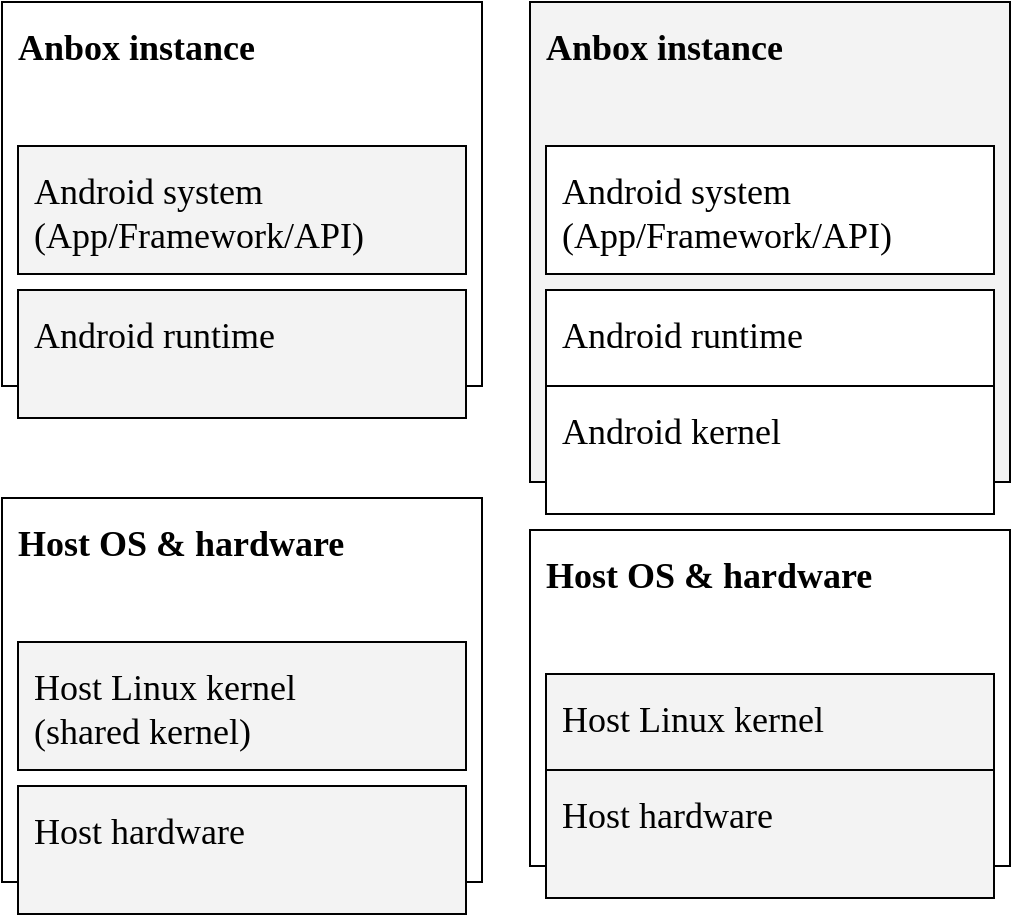
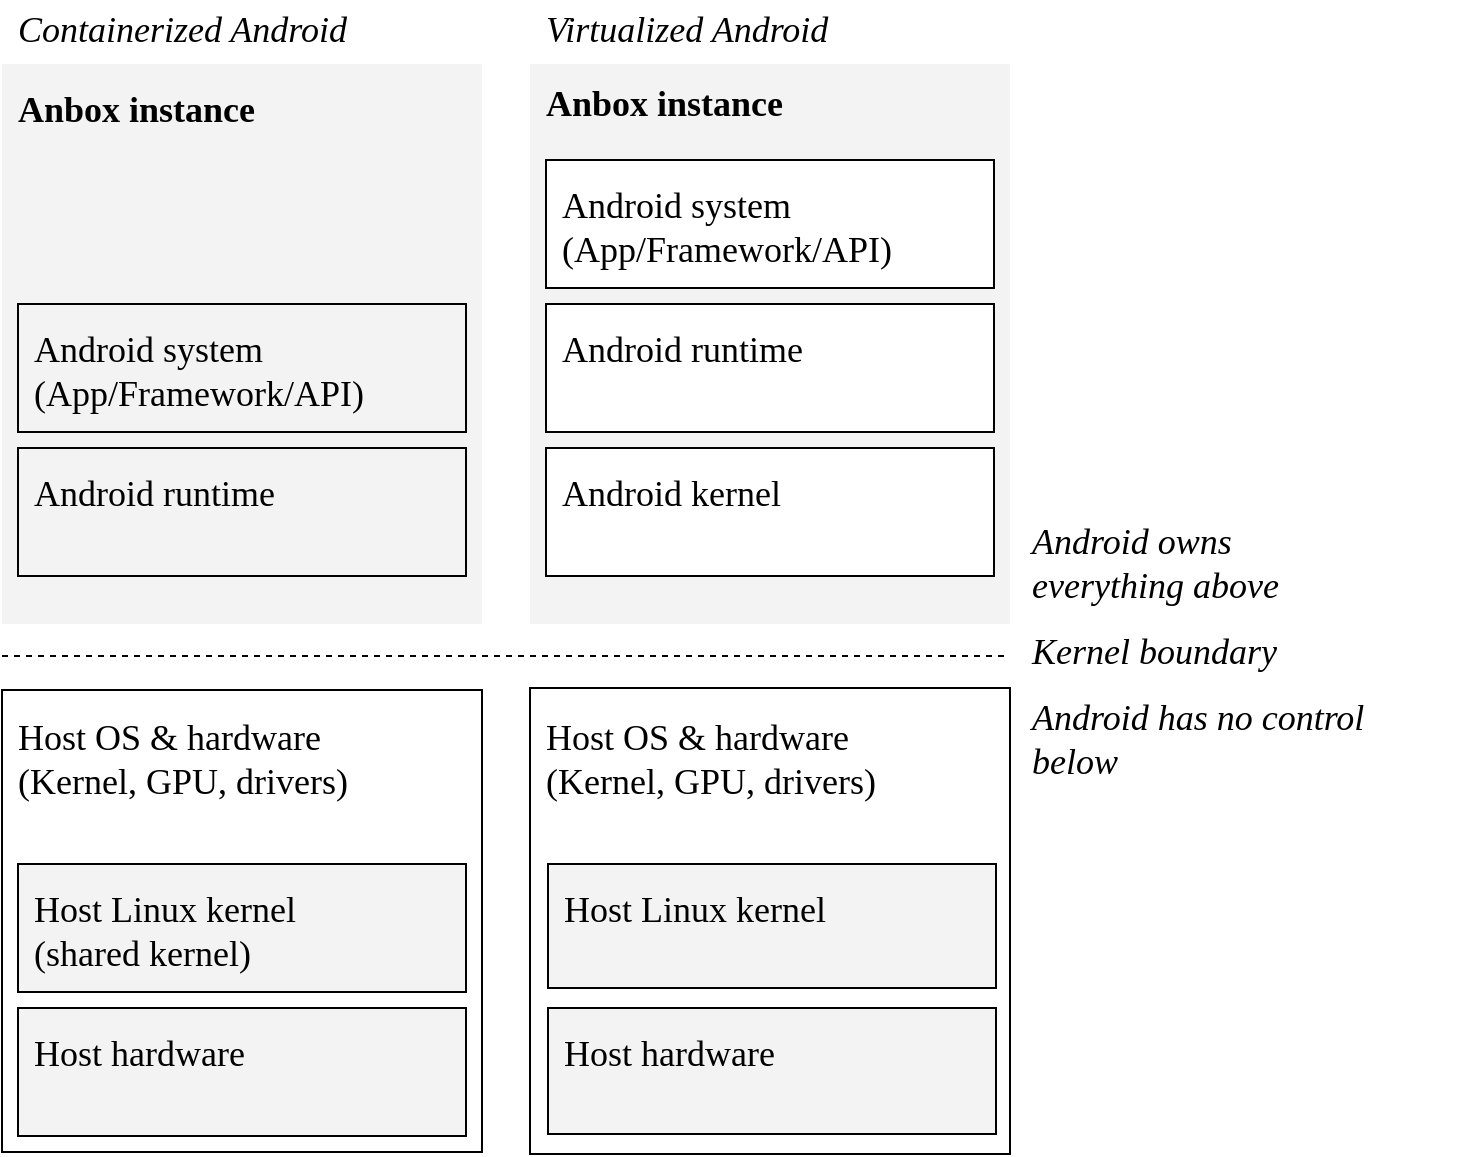
- <mxfile host="app.diagrams.net" agent="diagram-generator" version="29.3.7">
+ <mxfile host="app.diagrams.net" agent="diagram-generator">
  <diagram name="Android container vs VM architecture" id="declarative">
-     <mxGraphModel grid="1" gridSize="8" guides="1" tooltips="1" connect="1" arrows="1" fold="1" page="1" pageScale="1" pageWidth="816" pageHeight="576" background="light-dark(#ffffff, #ffffff)" adaptiveColors="none" math="0" shadow="0">
+     <mxGraphModel dx="772" dy="1136" grid="0" gridSize="8" guides="1" tooltips="1" connect="1" arrows="1" fold="1" page="1" pageScale="1" pageWidth="816" pageHeight="576" background="light-dark(#ffffff, #ffffff)" math="0" shadow="0" adaptiveColors="none">
      <root>
        <mxCell id="0" />
        <mxCell id="1" parent="0" />
-         <mxCell id="2" parent="1" style="rounded=0;whiteSpace=wrap;html=1;shadow=0;fillColor=#F3F3F3;strokeColor=#000000;strokeWidth=1;" value="" vertex="1" data-dg-source="diagram-generator" data-dg-role="box" tags="dg-generated dg-role-box dg-token-box-accent" data-dg-style-tokens="box-accent" connectable="1">
-           <mxGeometry x="288" y="112" width="240" height="240" as="geometry" />
+         <mxCell id="2" data-dg-role="box" data-dg-source="diagram-generator" data-dg-style-tokens="box-accent" parent="1" style="rounded=0;whiteSpace=wrap;html=1;shadow=0;fillColor=#F3F3F3;strokeColor=none;strokeWidth=1;fontFamily=Ubuntu Sans;fontSize=18;container=0;" tags="dg-generated dg-role-box dg-token-box-accent" value="" vertex="1">
+           <mxGeometry height="280" width="240" x="288" y="32" as="geometry" />
        </mxCell>
-         <mxCell id="3" parent="2" style="rounded=0;whiteSpace=wrap;html=1;align=left;verticalAlign=top;spacing=0;spacingTop=0;spacingBottom=0;spacingLeft=0;spacingRight=0;fillColor=none;strokeColor=none;strokeWidth=0;shadow=0;fontFamily=Ubuntu Sans;fontSize=18;fontColor=#000000;fontSource=https%3A%2F%2Ffonts.googleapis.com%2Fcss%3Ffamily%3DUbuntu%2BSans;" value="&lt;span style=&quot;font-size:18px&quot;&gt;&lt;b&gt;Anbox instance&lt;/b&gt;&lt;/span&gt;" vertex="1" data-dg-source="diagram-generator" data-dg-role="label" tags="dg-generated dg-role-label dg-token-label-box" data-dg-style-tokens="label-box" connectable="0">
-           <mxGeometry x="8" y="8" width="224" height="224" as="geometry" />
+         <mxCell id="4" data-dg-role="box" data-dg-source="diagram-generator" data-dg-style-tokens="box-default" parent="1" style="rounded=0;whiteSpace=wrap;html=1;shadow=0;fillColor=#F3F3F3;strokeColor=none;strokeWidth=1;fontFamily=Ubuntu Sans;fontSize=18;container=0;" tags="dg-generated dg-role-box dg-token-box-default" value="" vertex="1">
+           <mxGeometry height="280" width="240" x="24" y="32" as="geometry" />
        </mxCell>
-         <mxCell id="4" parent="1" style="rounded=0;whiteSpace=wrap;html=1;shadow=0;fillColor=#FFFFFF;strokeColor=#000000;strokeWidth=1;" value="" vertex="1" data-dg-source="diagram-generator" data-dg-role="box" tags="dg-generated dg-role-box dg-token-box-default" data-dg-style-tokens="box-default" connectable="1">
-           <mxGeometry x="24" y="112" width="240" height="192" as="geometry" />
+         <mxCell id="6" data-dg-role="box" data-dg-source="diagram-generator" data-dg-style-tokens="box-default" parent="1" style="rounded=0;whiteSpace=wrap;html=1;shadow=0;fillColor=#FFFFFF;strokeColor=#000000;strokeWidth=1;fontFamily=Ubuntu Sans;fontSize=18;container=0;" tags="dg-generated dg-role-box dg-token-box-default" value="" vertex="1">
+           <mxGeometry height="231" width="240" x="24" y="345" as="geometry" />
        </mxCell>
-         <mxCell id="5" parent="4" style="rounded=0;whiteSpace=wrap;html=1;align=left;verticalAlign=top;spacing=0;spacingTop=0;spacingBottom=0;spacingLeft=0;spacingRight=0;fillColor=none;strokeColor=none;strokeWidth=0;shadow=0;fontFamily=Ubuntu Sans;fontSize=18;fontColor=#000000;fontSource=https%3A%2F%2Ffonts.googleapis.com%2Fcss%3Ffamily%3DUbuntu%2BSans;" value="&lt;span style=&quot;font-size:18px&quot;&gt;&lt;b&gt;Anbox instance&lt;/b&gt;&lt;/span&gt;" vertex="1" data-dg-source="diagram-generator" data-dg-role="label" tags="dg-generated dg-role-label dg-token-label-box" data-dg-style-tokens="label-box" connectable="0">
-           <mxGeometry x="8" y="8" width="224" height="176" as="geometry" />
+         <mxCell id="8" data-dg-role="box" data-dg-source="diagram-generator" data-dg-style-tokens="box-default" parent="1" style="rounded=0;whiteSpace=wrap;html=1;shadow=0;fillColor=#FFFFFF;strokeColor=#000000;strokeWidth=1;fontFamily=Ubuntu Sans;fontSize=18;fontStyle=0;container=0;" tags="dg-generated dg-role-box dg-token-box-default" value="" vertex="1">
+           <mxGeometry height="233" width="240" x="288" y="344" as="geometry" />
        </mxCell>
-         <mxCell id="6" parent="1" style="rounded=0;whiteSpace=wrap;html=1;shadow=0;fillColor=#FFFFFF;strokeColor=#000000;strokeWidth=1;" value="" vertex="1" data-dg-source="diagram-generator" data-dg-role="box" tags="dg-generated dg-role-box dg-token-box-default" data-dg-style-tokens="box-default" connectable="1">
-           <mxGeometry x="24" y="360" width="240" height="192" as="geometry" />
+         <mxCell id="3" connectable="0" data-dg-role="label" data-dg-source="diagram-generator" data-dg-style-tokens="label-box" parent="1" style="rounded=0;whiteSpace=wrap;html=1;align=left;verticalAlign=top;spacing=0;spacingTop=0;spacingBottom=0;spacingLeft=0;spacingRight=0;fillColor=none;strokeColor=none;strokeWidth=0;shadow=0;fontFamily=Ubuntu Sans;fontSize=18;fontColor=#000000;" tags="dg-generated dg-role-label dg-token-label-box" value="&lt;span&gt;&lt;b&gt;Anbox instance&lt;/b&gt;&lt;/span&gt;" vertex="1">
+           <mxGeometry height="147" width="224" x="296" y="37" as="geometry" />
        </mxCell>
-         <mxCell id="7" parent="6" style="rounded=0;whiteSpace=wrap;html=1;align=left;verticalAlign=top;spacing=0;spacingTop=0;spacingBottom=0;spacingLeft=0;spacingRight=0;fillColor=none;strokeColor=none;strokeWidth=0;shadow=0;fontFamily=Ubuntu Sans;fontSize=18;fontColor=#000000;fontSource=https%3A%2F%2Ffonts.googleapis.com%2Fcss%3Ffamily%3DUbuntu%2BSans;" value="&lt;span style=&quot;font-size:18px&quot;&gt;&lt;b&gt;Host OS &amp;amp; hardware&lt;/b&gt;&lt;/span&gt;" vertex="1" data-dg-source="diagram-generator" data-dg-role="label" tags="dg-generated dg-role-label dg-token-label-box" data-dg-style-tokens="label-box" connectable="0">
-           <mxGeometry x="8" y="8" width="224" height="176" as="geometry" />
+         <mxCell id="14" data-dg-role="box" data-dg-source="diagram-generator" data-dg-style-tokens="box-default" parent="1" style="rounded=0;whiteSpace=wrap;html=1;shadow=0;fillColor=#FFFFFF;strokeColor=#000000;strokeWidth=1;fontFamily=Ubuntu Sans;fontSize=18;" tags="dg-generated dg-role-box dg-token-box-default" value="" vertex="1">
+           <mxGeometry height="64" width="224" x="296" y="80" as="geometry" />
        </mxCell>
-         <mxCell id="8" parent="1" style="rounded=0;whiteSpace=wrap;html=1;shadow=0;fillColor=#FFFFFF;strokeColor=#000000;strokeWidth=1;" value="" vertex="1" data-dg-source="diagram-generator" data-dg-role="box" tags="dg-generated dg-role-box dg-token-box-default" data-dg-style-tokens="box-default" connectable="1">
-           <mxGeometry x="288" y="376" width="240" height="168" as="geometry" />
+         <mxCell id="15" connectable="0" data-dg-role="label" data-dg-source="diagram-generator" data-dg-style-tokens="label-box" parent="14" style="rounded=0;whiteSpace=wrap;html=1;align=left;verticalAlign=top;spacing=0;spacingTop=0;spacingBottom=0;spacingLeft=0;spacingRight=0;fillColor=none;strokeColor=none;strokeWidth=0;shadow=0;fontFamily=Ubuntu Sans;fontSize=18;fontColor=#000000;" tags="dg-generated dg-role-label dg-token-label-box" value="&lt;span&gt;Android system&lt;/span&gt;&lt;br&gt;&lt;span&gt;(App/Framework/API)&lt;/span&gt;" vertex="1">
+           <mxGeometry height="48" width="208" x="8" y="8" as="geometry" />
        </mxCell>
-         <mxCell id="9" parent="8" style="rounded=0;whiteSpace=wrap;html=1;align=left;verticalAlign=top;spacing=0;spacingTop=0;spacingBottom=0;spacingLeft=0;spacingRight=0;fillColor=none;strokeColor=none;strokeWidth=0;shadow=0;fontFamily=Ubuntu Sans;fontSize=18;fontColor=#000000;fontSource=https%3A%2F%2Ffonts.googleapis.com%2Fcss%3Ffamily%3DUbuntu%2BSans;" value="&lt;span style=&quot;font-size:18px&quot;&gt;&lt;b&gt;Host OS &amp;amp; hardware&lt;/b&gt;&lt;/span&gt;" vertex="1" data-dg-source="diagram-generator" data-dg-role="label" tags="dg-generated dg-role-label dg-token-label-box" data-dg-style-tokens="label-box" connectable="0">
-           <mxGeometry x="8" y="8" width="224" height="152" as="geometry" />
+         <mxCell id="20" data-dg-role="box" data-dg-source="diagram-generator" data-dg-style-tokens="box-default" parent="1" style="rounded=0;whiteSpace=wrap;html=1;shadow=0;fillColor=#FFFFFF;strokeColor=#000000;strokeWidth=1;fontFamily=Ubuntu Sans;fontSize=18;" tags="dg-generated dg-role-box dg-token-box-default" value="" vertex="1">
+           <mxGeometry height="64" width="224" x="296" y="152" as="geometry" />
        </mxCell>
-         <mxCell id="10" parent="4" style="rounded=0;whiteSpace=wrap;html=1;shadow=0;fillColor=#F3F3F3;strokeColor=#000000;strokeWidth=1;" value="" vertex="1" data-dg-source="diagram-generator" data-dg-role="box" tags="dg-generated dg-role-box dg-token-box-accent" data-dg-style-tokens="box-accent" connectable="1">
-           <mxGeometry x="8" y="72" width="224" height="64" as="geometry" />
+         <mxCell id="21" connectable="0" data-dg-role="label" data-dg-source="diagram-generator" data-dg-style-tokens="label-box" parent="20" style="rounded=0;whiteSpace=wrap;html=1;align=left;verticalAlign=top;spacing=0;spacingTop=0;spacingBottom=0;spacingLeft=0;spacingRight=0;fillColor=none;strokeColor=none;strokeWidth=0;shadow=0;fontFamily=Ubuntu Sans;fontSize=18;fontColor=#000000;" tags="dg-generated dg-role-label dg-token-label-box" value="&lt;span&gt;Android runtime&lt;/span&gt;" vertex="1">
+           <mxGeometry height="48" width="208" x="8" y="8" as="geometry" />
        </mxCell>
-         <mxCell id="11" parent="10" style="rounded=0;whiteSpace=wrap;html=1;align=left;verticalAlign=top;spacing=0;spacingTop=0;spacingBottom=0;spacingLeft=0;spacingRight=0;fillColor=none;strokeColor=none;strokeWidth=0;shadow=0;fontFamily=Ubuntu Sans;fontSize=18;fontColor=#000000;fontSource=https%3A%2F%2Ffonts.googleapis.com%2Fcss%3Ffamily%3DUbuntu%2BSans;" value="&lt;span style=&quot;font-size:18px&quot;&gt;Android system&lt;/span&gt;&lt;br&gt;&lt;span style=&quot;font-size:18px&quot;&gt;(App/Framework/API)&lt;/span&gt;" vertex="1" data-dg-source="diagram-generator" data-dg-role="label" tags="dg-generated dg-role-label dg-token-label-box" data-dg-style-tokens="label-box" connectable="0">
-           <mxGeometry x="8" y="8" width="208" height="48" as="geometry" />
+         <mxCell id="22" data-dg-role="box" data-dg-source="diagram-generator" data-dg-style-tokens="box-default" parent="1" style="rounded=0;whiteSpace=wrap;html=1;shadow=0;fillColor=#FFFFFF;strokeColor=#000000;strokeWidth=1;fontFamily=Ubuntu Sans;fontSize=18;" tags="dg-generated dg-role-box dg-token-box-default" value="" vertex="1">
+           <mxGeometry height="64" width="224" x="296" y="224" as="geometry" />
        </mxCell>
-         <mxCell id="12" parent="6" style="rounded=0;whiteSpace=wrap;html=1;shadow=0;fillColor=#F3F3F3;strokeColor=#000000;strokeWidth=1;" value="" vertex="1" data-dg-source="diagram-generator" data-dg-role="box" tags="dg-generated dg-role-box dg-token-box-accent" data-dg-style-tokens="box-accent" connectable="1">
-           <mxGeometry x="8" y="72" width="224" height="64" as="geometry" />
+         <mxCell id="23" connectable="0" data-dg-role="label" data-dg-source="diagram-generator" data-dg-style-tokens="label-box" parent="22" style="rounded=0;whiteSpace=wrap;html=1;align=left;verticalAlign=top;spacing=0;spacingTop=0;spacingBottom=0;spacingLeft=0;spacingRight=0;fillColor=none;strokeColor=none;strokeWidth=0;shadow=0;fontFamily=Ubuntu Sans;fontSize=18;fontColor=#000000;" tags="dg-generated dg-role-label dg-token-label-box" value="&lt;span&gt;Android kernel&lt;/span&gt;" vertex="1">
+           <mxGeometry height="48" width="208" x="8" y="8" as="geometry" />
        </mxCell>
-         <mxCell id="13" parent="12" style="rounded=0;whiteSpace=wrap;html=1;align=left;verticalAlign=top;spacing=0;spacingTop=0;spacingBottom=0;spacingLeft=0;spacingRight=0;fillColor=none;strokeColor=none;strokeWidth=0;shadow=0;fontFamily=Ubuntu Sans;fontSize=18;fontColor=#000000;fontSource=https%3A%2F%2Ffonts.googleapis.com%2Fcss%3Ffamily%3DUbuntu%2BSans;" value="&lt;span style=&quot;font-size:18px&quot;&gt;Host Linux kernel&lt;/span&gt;&lt;br&gt;&lt;span style=&quot;font-size:18px&quot;&gt;(shared kernel)&lt;/span&gt;" vertex="1" data-dg-source="diagram-generator" data-dg-role="label" tags="dg-generated dg-role-label dg-token-label-box" data-dg-style-tokens="label-box" connectable="0">
-           <mxGeometry x="8" y="8" width="208" height="48" as="geometry" />
+         <mxCell id="5" connectable="0" data-dg-role="label" data-dg-source="diagram-generator" data-dg-style-tokens="label-box" parent="1" style="rounded=0;whiteSpace=wrap;html=1;align=left;verticalAlign=top;spacing=0;spacingTop=0;spacingBottom=0;spacingLeft=0;spacingRight=0;fillColor=none;strokeColor=none;strokeWidth=0;shadow=0;fontFamily=Ubuntu Sans;fontSize=18;fontColor=#000000;" tags="dg-generated dg-role-label dg-token-label-box" value="&lt;span&gt;&lt;b&gt;Anbox instance&lt;/b&gt;&lt;/span&gt;" vertex="1">
+           <mxGeometry height="176" width="224" x="32" y="40" as="geometry" />
        </mxCell>
-         <mxCell id="14" parent="2" style="rounded=0;whiteSpace=wrap;html=1;shadow=0;fillColor=#FFFFFF;strokeColor=#000000;strokeWidth=1;" value="" vertex="1" data-dg-source="diagram-generator" data-dg-role="box" tags="dg-generated dg-role-box dg-token-box-default" data-dg-style-tokens="box-default" connectable="1">
-           <mxGeometry x="8" y="72" width="224" height="64" as="geometry" />
+         <mxCell id="10" data-dg-role="box" data-dg-source="diagram-generator" data-dg-style-tokens="box-accent" parent="1" style="rounded=0;whiteSpace=wrap;html=1;shadow=0;fillColor=#F3F3F3;strokeColor=#000000;strokeWidth=1;fontFamily=Ubuntu Sans;fontSize=18;" tags="dg-generated dg-role-box dg-token-box-accent" value="" vertex="1">
+           <mxGeometry height="64" width="224" x="32" y="152" as="geometry" />
        </mxCell>
-         <mxCell id="15" parent="14" style="rounded=0;whiteSpace=wrap;html=1;align=left;verticalAlign=top;spacing=0;spacingTop=0;spacingBottom=0;spacingLeft=0;spacingRight=0;fillColor=none;strokeColor=none;strokeWidth=0;shadow=0;fontFamily=Ubuntu Sans;fontSize=18;fontColor=#000000;fontSource=https%3A%2F%2Ffonts.googleapis.com%2Fcss%3Ffamily%3DUbuntu%2BSans;" value="&lt;span style=&quot;font-size:18px&quot;&gt;Android system&lt;/span&gt;&lt;br&gt;&lt;span style=&quot;font-size:18px&quot;&gt;(App/Framework/API)&lt;/span&gt;" vertex="1" data-dg-source="diagram-generator" data-dg-role="label" tags="dg-generated dg-role-label dg-token-label-box" data-dg-style-tokens="label-box" connectable="0">
-           <mxGeometry x="8" y="8" width="208" height="48" as="geometry" />
+         <mxCell id="11" connectable="0" data-dg-role="label" data-dg-source="diagram-generator" data-dg-style-tokens="label-box" parent="10" style="rounded=0;whiteSpace=wrap;html=1;align=left;verticalAlign=top;spacing=0;spacingTop=0;spacingBottom=0;spacingLeft=0;spacingRight=0;fillColor=none;strokeColor=none;strokeWidth=0;shadow=0;fontFamily=Ubuntu Sans;fontSize=18;fontColor=#000000;" tags="dg-generated dg-role-label dg-token-label-box" value="&lt;span&gt;Android system&lt;/span&gt;&lt;br&gt;&lt;span&gt;(App/Framework/API)&lt;/span&gt;" vertex="1">
+           <mxGeometry height="48" width="208" x="8" y="8" as="geometry" />
        </mxCell>
-         <mxCell id="16" parent="4" style="rounded=0;whiteSpace=wrap;html=1;shadow=0;fillColor=#F3F3F3;strokeColor=#000000;strokeWidth=1;" value="" vertex="1" data-dg-source="diagram-generator" data-dg-role="box" tags="dg-generated dg-role-box dg-token-box-accent" data-dg-style-tokens="box-accent" connectable="1">
-           <mxGeometry x="8" y="144" width="224" height="64" as="geometry" />
+         <mxCell id="16" data-dg-role="box" data-dg-source="diagram-generator" data-dg-style-tokens="box-accent" parent="1" style="rounded=0;whiteSpace=wrap;html=1;shadow=0;fillColor=#F3F3F3;strokeColor=#000000;strokeWidth=1;fontFamily=Ubuntu Sans;fontSize=18;" tags="dg-generated dg-role-box dg-token-box-accent" value="" vertex="1">
+           <mxGeometry height="64" width="224" x="32" y="224" as="geometry" />
        </mxCell>
-         <mxCell id="17" parent="16" style="rounded=0;whiteSpace=wrap;html=1;align=left;verticalAlign=top;spacing=0;spacingTop=0;spacingBottom=0;spacingLeft=0;spacingRight=0;fillColor=none;strokeColor=none;strokeWidth=0;shadow=0;fontFamily=Ubuntu Sans;fontSize=18;fontColor=#000000;fontSource=https%3A%2F%2Ffonts.googleapis.com%2Fcss%3Ffamily%3DUbuntu%2BSans;" value="&lt;span style=&quot;font-size:18px&quot;&gt;Android runtime&lt;/span&gt;" vertex="1" data-dg-source="diagram-generator" data-dg-role="label" tags="dg-generated dg-role-label dg-token-label-box" data-dg-style-tokens="label-box" connectable="0">
-           <mxGeometry x="8" y="8" width="208" height="48" as="geometry" />
+         <mxCell id="17" connectable="0" data-dg-role="label" data-dg-source="diagram-generator" data-dg-style-tokens="label-box" parent="16" style="rounded=0;whiteSpace=wrap;html=1;align=left;verticalAlign=top;spacing=0;spacingTop=0;spacingBottom=0;spacingLeft=0;spacingRight=0;fillColor=none;strokeColor=none;strokeWidth=0;shadow=0;fontFamily=Ubuntu Sans;fontSize=18;fontColor=#000000;" tags="dg-generated dg-role-label dg-token-label-box" value="&lt;span&gt;Android runtime&lt;/span&gt;" vertex="1">
+           <mxGeometry height="48" width="208" x="8" y="8" as="geometry" />
        </mxCell>
-         <mxCell id="18" parent="6" style="rounded=0;whiteSpace=wrap;html=1;shadow=0;fillColor=#F3F3F3;strokeColor=#000000;strokeWidth=1;" value="" vertex="1" data-dg-source="diagram-generator" data-dg-role="box" tags="dg-generated dg-role-box dg-token-box-accent" data-dg-style-tokens="box-accent" connectable="1">
-           <mxGeometry x="8" y="144" width="224" height="64" as="geometry" />
+         <mxCell id="1ThX4Ha9B1rDxaNFd8FR-27" edge="1" parent="1" style="endArrow=none;dashed=1;html=1;rounded=0;fontSize=18;" value="">
+           <mxGeometry height="50" relative="1" width="50" as="geometry">
+             <mxPoint x="24" y="328" as="sourcePoint" />
+             <mxPoint x="528" y="328" as="targetPoint" />
+           </mxGeometry>
        </mxCell>
-         <mxCell id="19" parent="18" style="rounded=0;whiteSpace=wrap;html=1;align=left;verticalAlign=top;spacing=0;spacingTop=0;spacingBottom=0;spacingLeft=0;spacingRight=0;fillColor=none;strokeColor=none;strokeWidth=0;shadow=0;fontFamily=Ubuntu Sans;fontSize=18;fontColor=#000000;fontSource=https%3A%2F%2Ffonts.googleapis.com%2Fcss%3Ffamily%3DUbuntu%2BSans;" value="&lt;span style=&quot;font-size:18px&quot;&gt;Host hardware&lt;/span&gt;" vertex="1" data-dg-source="diagram-generator" data-dg-role="label" tags="dg-generated dg-role-label dg-token-label-box" data-dg-style-tokens="label-box" connectable="0">
-           <mxGeometry x="8" y="8" width="208" height="48" as="geometry" />
+         <mxCell id="1ThX4Ha9B1rDxaNFd8FR-28" connectable="0" data-dg-role="label" data-dg-source="diagram-generator" data-dg-style-tokens="label-box" parent="1" style="rounded=0;whiteSpace=wrap;html=1;align=left;verticalAlign=top;spacing=0;spacingTop=0;spacingBottom=0;spacingLeft=0;spacingRight=0;fillColor=none;strokeColor=none;strokeWidth=0;shadow=0;fontFamily=Ubuntu Sans;fontSize=18;fontColor=#000000;fontStyle=2" tags="dg-generated dg-role-label dg-token-label-box" value="&lt;span&gt;&lt;span&gt;Containerized Android&lt;/span&gt;&lt;/span&gt;" vertex="1">
+           <mxGeometry height="24" width="224" x="32" as="geometry" />
        </mxCell>
-         <mxCell id="20" parent="2" style="rounded=0;whiteSpace=wrap;html=1;shadow=0;fillColor=#FFFFFF;strokeColor=#000000;strokeWidth=1;" value="" vertex="1" data-dg-source="diagram-generator" data-dg-role="box" tags="dg-generated dg-role-box dg-token-box-default" data-dg-style-tokens="box-default" connectable="1">
-           <mxGeometry x="8" y="144" width="224" height="64" as="geometry" />
+         <mxCell id="1ThX4Ha9B1rDxaNFd8FR-29" connectable="0" data-dg-role="label" data-dg-source="diagram-generator" data-dg-style-tokens="label-box" parent="1" style="rounded=0;whiteSpace=wrap;html=1;align=left;verticalAlign=top;spacing=0;spacingTop=0;spacingBottom=0;spacingLeft=0;spacingRight=0;fillColor=none;strokeColor=none;strokeWidth=0;shadow=0;fontFamily=Ubuntu Sans;fontSize=18;fontColor=#000000;fontStyle=2" tags="dg-generated dg-role-label dg-token-label-box" value="&lt;span&gt;&lt;span&gt;Virtualized Android&lt;/span&gt;&lt;/span&gt;" vertex="1">
+           <mxGeometry height="24" width="224" x="296" as="geometry" />
        </mxCell>
-         <mxCell id="21" parent="20" style="rounded=0;whiteSpace=wrap;html=1;align=left;verticalAlign=top;spacing=0;spacingTop=0;spacingBottom=0;spacingLeft=0;spacingRight=0;fillColor=none;strokeColor=none;strokeWidth=0;shadow=0;fontFamily=Ubuntu Sans;fontSize=18;fontColor=#000000;fontSource=https%3A%2F%2Ffonts.googleapis.com%2Fcss%3Ffamily%3DUbuntu%2BSans;" value="&lt;span style=&quot;font-size:18px&quot;&gt;Android runtime&lt;/span&gt;" vertex="1" data-dg-source="diagram-generator" data-dg-role="label" tags="dg-generated dg-role-label dg-token-label-box" data-dg-style-tokens="label-box" connectable="0">
-           <mxGeometry x="8" y="8" width="208" height="48" as="geometry" />
+         <mxCell id="1ThX4Ha9B1rDxaNFd8FR-30" connectable="0" data-dg-role="label" data-dg-source="diagram-generator" data-dg-style-tokens="label-box" parent="1" style="rounded=0;whiteSpace=wrap;html=1;align=left;verticalAlign=top;spacing=0;spacingTop=0;spacingBottom=0;spacingLeft=0;spacingRight=0;fillColor=none;strokeColor=none;strokeWidth=0;shadow=0;fontFamily=Ubuntu Sans;fontSize=18;fontColor=#000000;fontStyle=2" tags="dg-generated dg-role-label dg-token-label-box" value="&lt;span&gt;&lt;span&gt;Android owns&lt;/span&gt;&lt;/span&gt;&lt;div&gt;&lt;span&gt;&lt;span&gt;everything above&lt;/span&gt;&lt;/span&gt;&lt;/div&gt;" vertex="1">
+           <mxGeometry height="56" width="224" x="539" y="256" as="geometry" />
        </mxCell>
-         <mxCell id="22" parent="2" style="rounded=0;whiteSpace=wrap;html=1;shadow=0;fillColor=#FFFFFF;strokeColor=#000000;strokeWidth=1;" value="" vertex="1" data-dg-source="diagram-generator" data-dg-role="box" tags="dg-generated dg-role-box dg-token-box-default" data-dg-style-tokens="box-default" connectable="1">
-           <mxGeometry x="8" y="192" width="224" height="64" as="geometry" />
+         <mxCell id="7" connectable="0" data-dg-role="label" data-dg-source="diagram-generator" data-dg-style-tokens="label-box" parent="1" style="rounded=0;whiteSpace=wrap;html=1;align=left;verticalAlign=top;spacing=0;spacingTop=0;spacingBottom=0;spacingLeft=0;spacingRight=0;fillColor=none;strokeColor=none;strokeWidth=0;shadow=0;fontFamily=Ubuntu Sans;fontSize=18;fontColor=#000000;fontStyle=0" tags="dg-generated dg-role-label dg-token-label-box" value="&lt;span&gt;&lt;span&gt;Host OS &amp;amp; hardware&lt;br&gt;(Kernel, GPU, drivers)&lt;/span&gt;&lt;/span&gt;" vertex="1">
+           <mxGeometry height="176" width="224" x="32" y="354" as="geometry" />
        </mxCell>
-         <mxCell id="23" parent="22" style="rounded=0;whiteSpace=wrap;html=1;align=left;verticalAlign=top;spacing=0;spacingTop=0;spacingBottom=0;spacingLeft=0;spacingRight=0;fillColor=none;strokeColor=none;strokeWidth=0;shadow=0;fontFamily=Ubuntu Sans;fontSize=18;fontColor=#000000;fontSource=https%3A%2F%2Ffonts.googleapis.com%2Fcss%3Ffamily%3DUbuntu%2BSans;" value="&lt;span style=&quot;font-size:18px&quot;&gt;Android kernel&lt;/span&gt;" vertex="1" data-dg-source="diagram-generator" data-dg-role="label" tags="dg-generated dg-role-label dg-token-label-box" data-dg-style-tokens="label-box" connectable="0">
-           <mxGeometry x="8" y="8" width="208" height="48" as="geometry" />
+         <mxCell id="12" data-dg-role="box" data-dg-source="diagram-generator" data-dg-style-tokens="box-accent" parent="1" style="rounded=0;whiteSpace=wrap;html=1;shadow=0;fillColor=#F3F3F3;strokeColor=#000000;strokeWidth=1;fontFamily=Ubuntu Sans;fontSize=18;" tags="dg-generated dg-role-box dg-token-box-accent" value="" vertex="1">
+           <mxGeometry height="64" width="224" x="32" y="432" as="geometry" />
        </mxCell>
-         <mxCell id="24" parent="8" style="rounded=0;whiteSpace=wrap;html=1;shadow=0;fillColor=#F3F3F3;strokeColor=#000000;strokeWidth=1;" value="" vertex="1" data-dg-source="diagram-generator" data-dg-role="box" tags="dg-generated dg-role-box dg-token-box-accent" data-dg-style-tokens="box-accent" connectable="1">
-           <mxGeometry x="8" y="72" width="224" height="64" as="geometry" />
+         <mxCell id="13" connectable="0" data-dg-role="label" data-dg-source="diagram-generator" data-dg-style-tokens="label-box" parent="12" style="rounded=0;whiteSpace=wrap;html=1;align=left;verticalAlign=top;spacing=0;spacingTop=0;spacingBottom=0;spacingLeft=0;spacingRight=0;fillColor=none;strokeColor=none;strokeWidth=0;shadow=0;fontFamily=Ubuntu Sans;fontSize=18;fontColor=#000000;" tags="dg-generated dg-role-label dg-token-label-box" value="&lt;span&gt;Host Linux kernel&lt;/span&gt;&lt;br&gt;&lt;span&gt;(shared kernel)&lt;/span&gt;" vertex="1">
+           <mxGeometry height="48" width="208" x="8" y="8" as="geometry" />
        </mxCell>
-         <mxCell id="25" parent="24" style="rounded=0;whiteSpace=wrap;html=1;align=left;verticalAlign=top;spacing=0;spacingTop=0;spacingBottom=0;spacingLeft=0;spacingRight=0;fillColor=none;strokeColor=none;strokeWidth=0;shadow=0;fontFamily=Ubuntu Sans;fontSize=18;fontColor=#000000;fontSource=https%3A%2F%2Ffonts.googleapis.com%2Fcss%3Ffamily%3DUbuntu%2BSans;" value="&lt;span style=&quot;font-size:18px&quot;&gt;Host Linux kernel&lt;/span&gt;" vertex="1" data-dg-source="diagram-generator" data-dg-role="label" tags="dg-generated dg-role-label dg-token-label-box" data-dg-style-tokens="label-box" connectable="0">
-           <mxGeometry x="8" y="8" width="208" height="48" as="geometry" />
+         <mxCell id="18" data-dg-role="box" data-dg-source="diagram-generator" data-dg-style-tokens="box-accent" parent="1" style="rounded=0;whiteSpace=wrap;html=1;shadow=0;fillColor=#F3F3F3;strokeColor=#000000;strokeWidth=1;fontFamily=Ubuntu Sans;fontSize=18;" tags="dg-generated dg-role-box dg-token-box-accent" value="" vertex="1">
+           <mxGeometry height="64" width="224" x="32" y="504" as="geometry" />
        </mxCell>
-         <mxCell id="26" parent="8" style="rounded=0;whiteSpace=wrap;html=1;shadow=0;fillColor=#F3F3F3;strokeColor=#000000;strokeWidth=1;" value="" vertex="1" data-dg-source="diagram-generator" data-dg-role="box" tags="dg-generated dg-role-box dg-token-box-accent" data-dg-style-tokens="box-accent" connectable="1">
-           <mxGeometry x="8" y="120" width="224" height="64" as="geometry" />
+         <mxCell id="19" connectable="0" data-dg-role="label" data-dg-source="diagram-generator" data-dg-style-tokens="label-box" parent="18" style="rounded=0;whiteSpace=wrap;html=1;align=left;verticalAlign=top;spacing=0;spacingTop=0;spacingBottom=0;spacingLeft=0;spacingRight=0;fillColor=none;strokeColor=none;strokeWidth=0;shadow=0;fontFamily=Ubuntu Sans;fontSize=18;fontColor=#000000;" tags="dg-generated dg-role-label dg-token-label-box" value="&lt;span&gt;Host hardware&lt;/span&gt;" vertex="1">
+           <mxGeometry height="48" width="208" x="8" y="8" as="geometry" />
        </mxCell>
-         <mxCell id="27" parent="26" style="rounded=0;whiteSpace=wrap;html=1;align=left;verticalAlign=top;spacing=0;spacingTop=0;spacingBottom=0;spacingLeft=0;spacingRight=0;fillColor=none;strokeColor=none;strokeWidth=0;shadow=0;fontFamily=Ubuntu Sans;fontSize=18;fontColor=#000000;fontSource=https%3A%2F%2Ffonts.googleapis.com%2Fcss%3Ffamily%3DUbuntu%2BSans;" value="&lt;span style=&quot;font-size:18px&quot;&gt;Host hardware&lt;/span&gt;" vertex="1" data-dg-source="diagram-generator" data-dg-role="label" tags="dg-generated dg-role-label dg-token-label-box" data-dg-style-tokens="label-box" connectable="0">
-           <mxGeometry x="8" y="8" width="208" height="48" as="geometry" />
+         <mxCell id="9" connectable="0" data-dg-role="label" data-dg-source="diagram-generator" data-dg-style-tokens="label-box" parent="1" style="rounded=0;whiteSpace=wrap;html=1;align=left;verticalAlign=top;spacing=0;spacingTop=0;spacingBottom=0;spacingLeft=0;spacingRight=0;fillColor=none;strokeColor=none;strokeWidth=0;shadow=0;fontFamily=Ubuntu Sans;fontSize=18;fontColor=#000000;" tags="dg-generated dg-role-label dg-token-label-box" value="Host OS &amp;amp; hardware&lt;br&gt;(Kernel, GPU, drivers)" vertex="1">
+           <mxGeometry height="180.95238095238096" width="224" x="296" y="353.5238095238095" as="geometry" />
+         </mxCell>
+         <mxCell id="24" data-dg-role="box" data-dg-source="diagram-generator" data-dg-style-tokens="box-accent" parent="1" style="rounded=0;whiteSpace=wrap;html=1;shadow=0;fillColor=#F3F3F3;strokeColor=#000000;strokeWidth=1;fontFamily=Ubuntu Sans;fontSize=18;" tags="dg-generated dg-role-box dg-token-box-accent" value="" vertex="1">
+           <mxGeometry height="62" width="224" x="297" y="432" as="geometry" />
+         </mxCell>
+         <mxCell id="25" connectable="0" data-dg-role="label" data-dg-source="diagram-generator" data-dg-style-tokens="label-box" parent="24" style="rounded=0;whiteSpace=wrap;html=1;align=left;verticalAlign=top;spacing=0;spacingTop=0;spacingBottom=0;spacingLeft=0;spacingRight=0;fillColor=none;strokeColor=none;strokeWidth=0;shadow=0;fontFamily=Ubuntu Sans;fontSize=18;fontColor=#000000;" tags="dg-generated dg-role-label dg-token-label-box" value="&lt;span&gt;Host Linux kernel&lt;/span&gt;" vertex="1">
+           <mxGeometry height="46.49999999999999" width="208" x="8" y="7.75" as="geometry" />
+         </mxCell>
+         <mxCell id="26" data-dg-role="box" data-dg-source="diagram-generator" data-dg-style-tokens="box-accent" parent="1" style="rounded=0;whiteSpace=wrap;html=1;shadow=0;fillColor=#F3F3F3;strokeColor=#000000;strokeWidth=1;fontFamily=Ubuntu Sans;fontSize=18;" tags="dg-generated dg-role-box dg-token-box-accent" value="" vertex="1">
+           <mxGeometry height="63" width="224" x="297" y="504" as="geometry" />
+         </mxCell>
+         <mxCell id="27" connectable="0" data-dg-role="label" data-dg-source="diagram-generator" data-dg-style-tokens="label-box" parent="26" style="rounded=0;whiteSpace=wrap;html=1;align=left;verticalAlign=top;spacing=0;spacingTop=0;spacingBottom=0;spacingLeft=0;spacingRight=0;fillColor=none;strokeColor=none;strokeWidth=0;shadow=0;fontFamily=Ubuntu Sans;fontSize=18;fontColor=#000000;" tags="dg-generated dg-role-label dg-token-label-box" value="&lt;span&gt;Host hardware&lt;/span&gt;" vertex="1">
+           <mxGeometry height="47.25" width="208" x="8" y="7.875" as="geometry" />
+         </mxCell>
+         <mxCell id="1ThX4Ha9B1rDxaNFd8FR-31" connectable="0" data-dg-role="label" data-dg-source="diagram-generator" data-dg-style-tokens="label-box" parent="1" style="rounded=0;whiteSpace=wrap;html=1;align=left;verticalAlign=top;spacing=0;spacingTop=0;spacingBottom=0;spacingLeft=0;spacingRight=0;fillColor=none;strokeColor=none;strokeWidth=0;shadow=0;fontFamily=Ubuntu Sans;fontSize=18;fontColor=#000000;fontStyle=2" tags="dg-generated dg-role-label dg-token-label-box" value="Kernel boundary" vertex="1">
+           <mxGeometry height="56" width="224" x="539" y="311" as="geometry" />
+         </mxCell>
+         <mxCell id="1ThX4Ha9B1rDxaNFd8FR-32" connectable="0" data-dg-role="label" data-dg-source="diagram-generator" data-dg-style-tokens="label-box" parent="1" style="rounded=0;whiteSpace=wrap;html=1;align=left;verticalAlign=top;spacing=0;spacingTop=0;spacingBottom=0;spacingLeft=0;spacingRight=0;fillColor=none;strokeColor=none;strokeWidth=0;shadow=0;fontFamily=Ubuntu Sans;fontSize=18;fontColor=#000000;fontStyle=2" tags="dg-generated dg-role-label dg-token-label-box" value="Android has no control&lt;br&gt;below" vertex="1">
+           <mxGeometry height="77" width="224" x="539" y="344" as="geometry" />
        </mxCell>
      </root>
    </mxGraphModel>
  </diagram>
- </mxfile>+ </mxfile>
